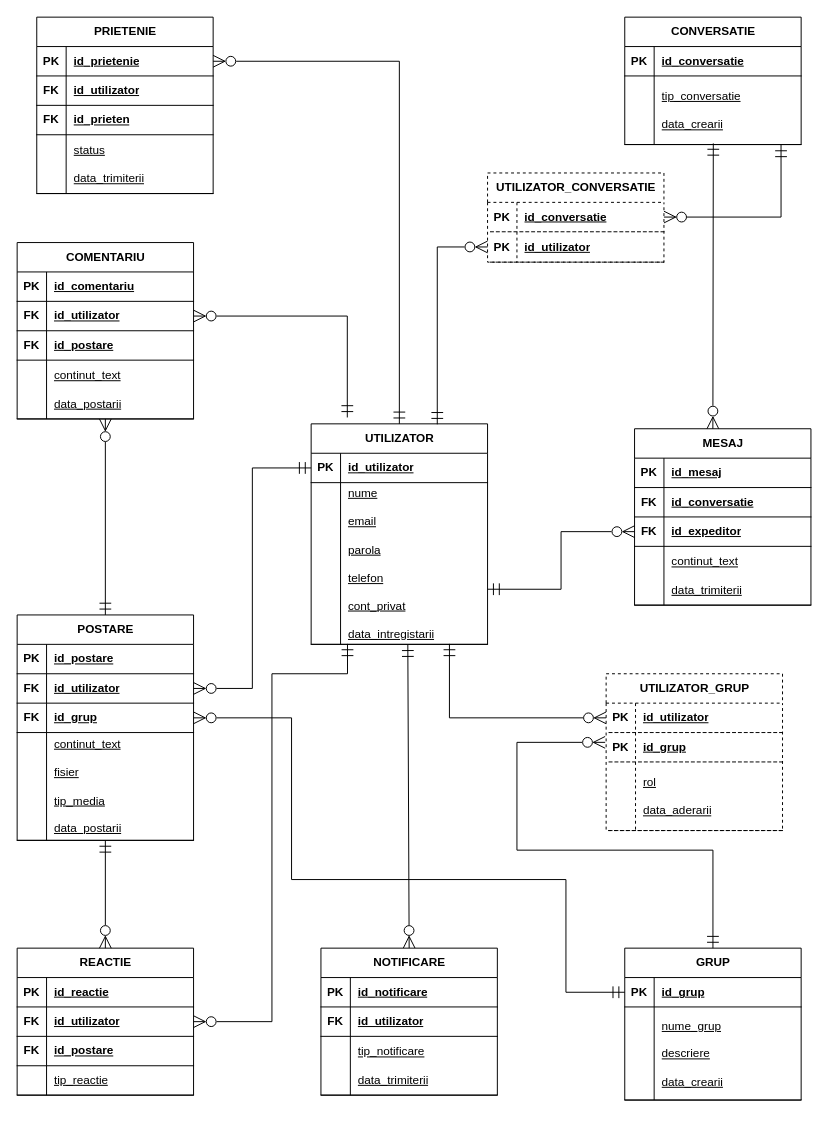
This is conceptual.drawio from fernandodonea/Social-DB-Manager, a draw.io file, before an edit. Source tidied: cells renumbered, new cells numbered last; positions are measured from the earlier drawing's top-left corner, leaving out a move shared by most shapes. Both pictures are drawn from the tidied source at 98%, with x=0, y=0 at pixel (17, 17).
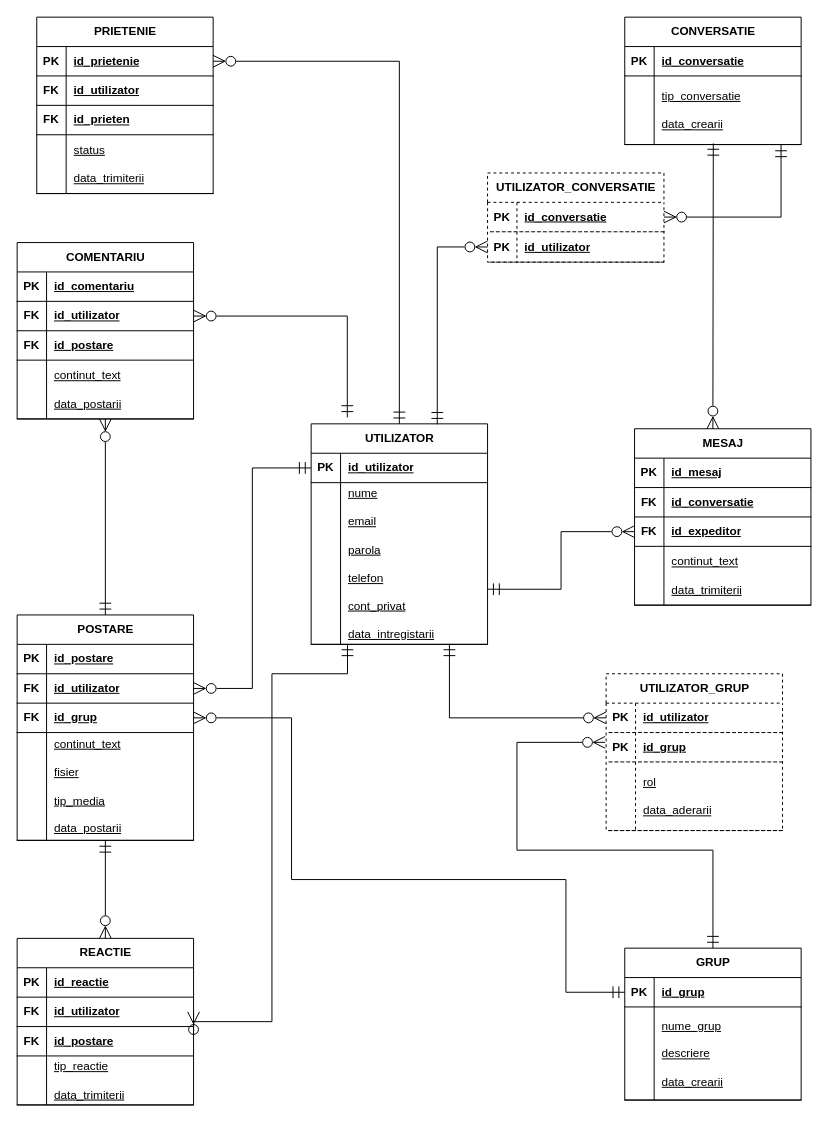
Above is the later version.

Commit message (it also covers changes not shown here):
update erd and conceptual

Unchanged cells that the change refers to:
```xml
<mxCell id="7" style="shape=tableRow;horizontal=0;startSize=0;swimlaneHead=0;swimlaneBody=0;fillColor=none;points=[[0,0.5],[1,0.5]];portConstraint=eastwest;top=0;left=0;right=0;bottom=1;" parent="3" vertex="1">
  <mxGeometry y="60" width="180" height="165" as="geometry" />
</mxCell>
```

What changed in the source:
```diff
@@
     <mxCell id="37" value="REACTIE" style="shape=table;startSize=30;childLayout=tableLayout;rowLines=0;fontStyle=1;align=center;html=1;" parent="1" vertex="1">
-      <mxGeometry y="950" width="180" height="150" as="geometry" />
+      <mxGeometry y="940" width="180" height="170" as="geometry" />
     </mxCell>
@@
     <mxCell id="47" style="shape=tableRow;horizontal=0;startSize=0;swimlaneHead=0;swimlaneBody=0;fillColor=none;top=0;left=0;right=0;bottom=1;" parent="37" vertex="1">
-      <mxGeometry y="120" width="180" height="30" as="geometry" />
+      <mxGeometry y="120" width="180" height="50" as="geometry" />
     </mxCell>
     <mxCell id="48" style="shape=partialRectangle;fillColor=none;top=0;left=0;bottom=0;right=0;fontStyle=1;overflow=hidden;whiteSpace=wrap;html=1;" parent="47" vertex="1">
-      <mxGeometry width="30" height="30" as="geometry" />
+      <mxGeometry width="30" height="50" as="geometry" />
     </mxCell>
-    <mxCell id="49" value="&lt;span style=&quot;font-weight: normal;&quot;&gt;tip_reactie&lt;/span&gt;" style="shape=partialRectangle;fillColor=none;top=0;left=0;bottom=0;right=0;align=left;spacingLeft=6;fontStyle=5;overflow=hidden;whiteSpace=wrap;html=1;" parent="47" vertex="1">
-      <mxGeometry x="30" width="150" height="30" as="geometry" />
+    <mxCell id="49" value="&lt;span style=&quot;font-weight: normal;&quot;&gt;tip_reactie&lt;/span&gt;&lt;div&gt;&lt;span style=&quot;font-weight: normal;&quot;&gt;&lt;br&gt;&lt;/span&gt;&lt;/div&gt;&lt;div&gt;&lt;span style=&quot;font-weight: normal;&quot;&gt;data_trimiterii&lt;/span&gt;&lt;/div&gt;" style="shape=partialRectangle;fillColor=none;top=0;left=0;bottom=0;right=0;align=left;spacingLeft=6;fontStyle=5;overflow=hidden;whiteSpace=wrap;html=1;" parent="47" vertex="1">
+      <mxGeometry x="30" width="150" height="50" as="geometry" />
     </mxCell>
@@
-    <mxCell id="90" style="edgeStyle=none;rounded=0;jettySize=auto;html=1;exitX=0.5;exitY=0;exitDx=0;exitDy=0;endArrow=ERmandOne;endFill=0;startSize=10;endSize=10;startArrow=ERzeroToMany;startFill=0;entryX=0.548;entryY=1.002;entryDx=0;entryDy=0;entryPerimeter=0;" parent="1" edge="1" source="91" target="7">
-      <mxGeometry relative="1" as="geometry" />
-    </mxCell>
-    <mxCell id="91" value="NOTIFICARE" style="shape=table;startSize=30;childLayout=tableLayout;rowLines=0;fontStyle=1;align=center;html=1;" parent="1" vertex="1">
-      <mxGeometry x="310" y="950" width="180" height="150" as="geometry" />
-    </mxCell>
-    <mxCell id="92" style="shape=tableRow;horizontal=0;startSize=0;swimlaneHead=0;swimlaneBody=0;fillColor=none;top=0;left=0;right=0;bottom=1;" parent="91" vertex="1">
-      <mxGeometry y="30" width="180" height="30" as="geometry" />
-    </mxCell>
-    <mxCell id="93" value="PK" style="shape=partialRectangle;fillColor=none;top=0;left=0;bottom=0;right=0;fontStyle=1;overflow=hidden;whiteSpace=wrap;html=1;" parent="92" vertex="1">
-      <mxGeometry width="30" height="30" as="geometry" />
-    </mxCell>
-    <mxCell id="94" value="id_notificare" style="shape=partialRectangle;fillColor=none;top=0;left=0;bottom=0;right=0;align=left;spacingLeft=6;fontStyle=5;overflow=hidden;whiteSpace=wrap;html=1;" parent="92" vertex="1">
-      <mxGeometry x="30" width="150" height="30" as="geometry" />
-    </mxCell>
-    <mxCell id="95" style="shape=tableRow;horizontal=0;startSize=0;swimlaneHead=0;swimlaneBody=0;fillColor=none;top=0;left=0;right=0;bottom=1;" parent="91" vertex="1">
-      <mxGeometry y="60" width="180" height="30" as="geometry" />
-    </mxCell>
-    <mxCell id="96" value="FK" style="shape=partialRectangle;fillColor=none;top=0;left=0;bottom=0;right=0;fontStyle=1;overflow=hidden;whiteSpace=wrap;html=1;" parent="95" vertex="1">
-      <mxGeometry width="30" height="30" as="geometry" />
-    </mxCell>
-    <mxCell id="97" value="id_utilizator" style="shape=partialRectangle;fillColor=none;top=0;left=0;bottom=0;right=0;align=left;spacingLeft=6;fontStyle=5;overflow=hidden;whiteSpace=wrap;html=1;" parent="95" vertex="1">
-      <mxGeometry x="30" width="150" height="30" as="geometry" />
-    </mxCell>
-    <mxCell id="98" style="shape=tableRow;horizontal=0;startSize=0;swimlaneHead=0;swimlaneBody=0;fillColor=none;top=0;left=0;right=0;bottom=1;" parent="91" vertex="1">
-      <mxGeometry y="90" width="180" height="60" as="geometry" />
-    </mxCell>
-    <mxCell id="99" style="shape=partialRectangle;fillColor=none;top=0;left=0;bottom=0;right=0;fontStyle=1;overflow=hidden;whiteSpace=wrap;html=1;" parent="98" vertex="1">
-      <mxGeometry width="30" height="60" as="geometry" />
-    </mxCell>
-    <mxCell id="100" value="&lt;span style=&quot;font-weight: normal;&quot;&gt;tip_notificare&lt;/span&gt;&lt;div&gt;&lt;span style=&quot;font-weight: normal;&quot;&gt;&lt;br&gt;&lt;/span&gt;&lt;/div&gt;&lt;div&gt;&lt;span style=&quot;font-weight: normal;&quot;&gt;data_trimiterii&lt;/span&gt;&lt;/div&gt;" style="shape=partialRectangle;fillColor=none;top=0;left=0;bottom=0;right=0;align=left;spacingLeft=6;fontStyle=5;overflow=hidden;whiteSpace=wrap;html=1;" parent="98" vertex="1">
-      <mxGeometry x="30" width="150" height="60" as="geometry" />
-    </mxCell>
```
